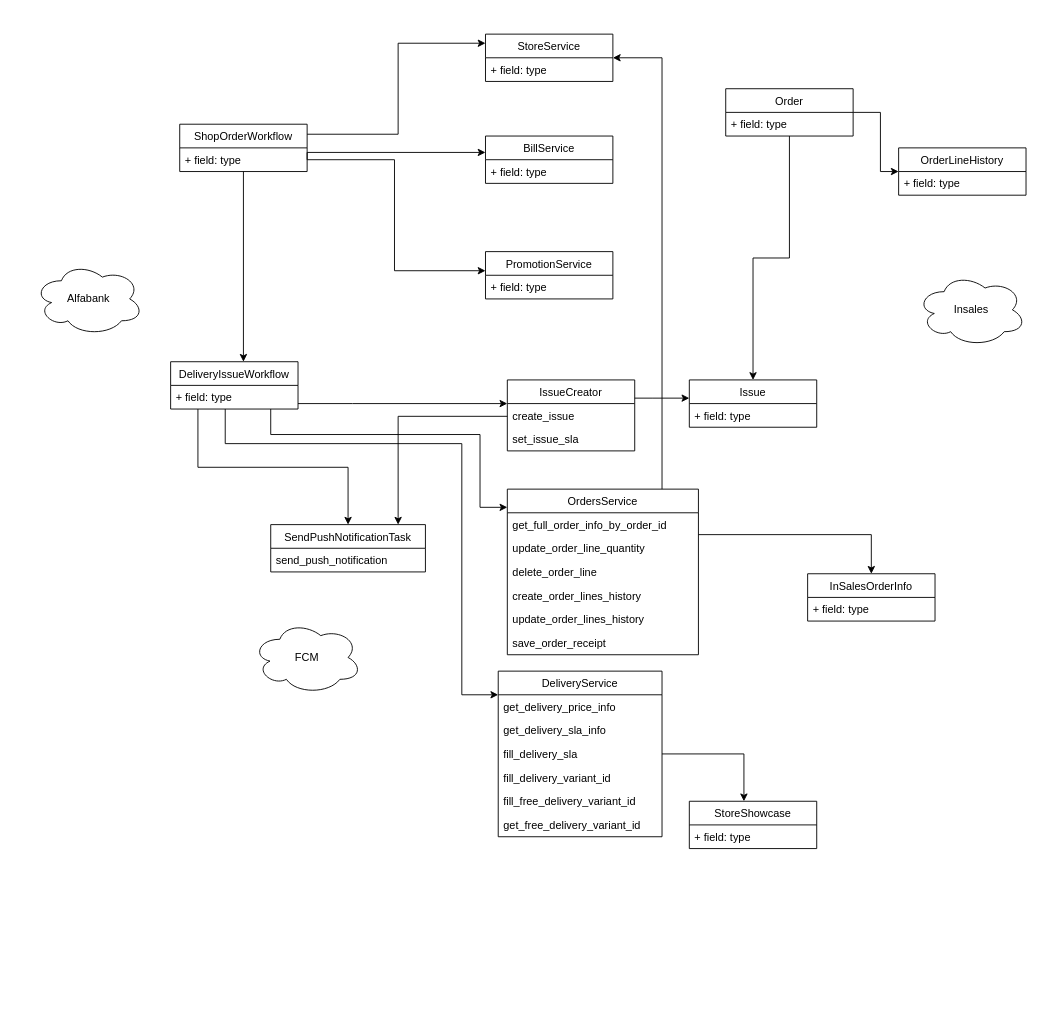
The draw.io diagram sborka_dostavka.drawio in StanislavKraev/drawings, before the edit. Source tidied: cells renumbered, new cells numbered last; positions are measured from the earlier drawing's top-left corner, leaving out a move shared by most shapes. Both pictures are drawn from the tidied source at 91%, with x=0, y=0 at pixel (34, 34).
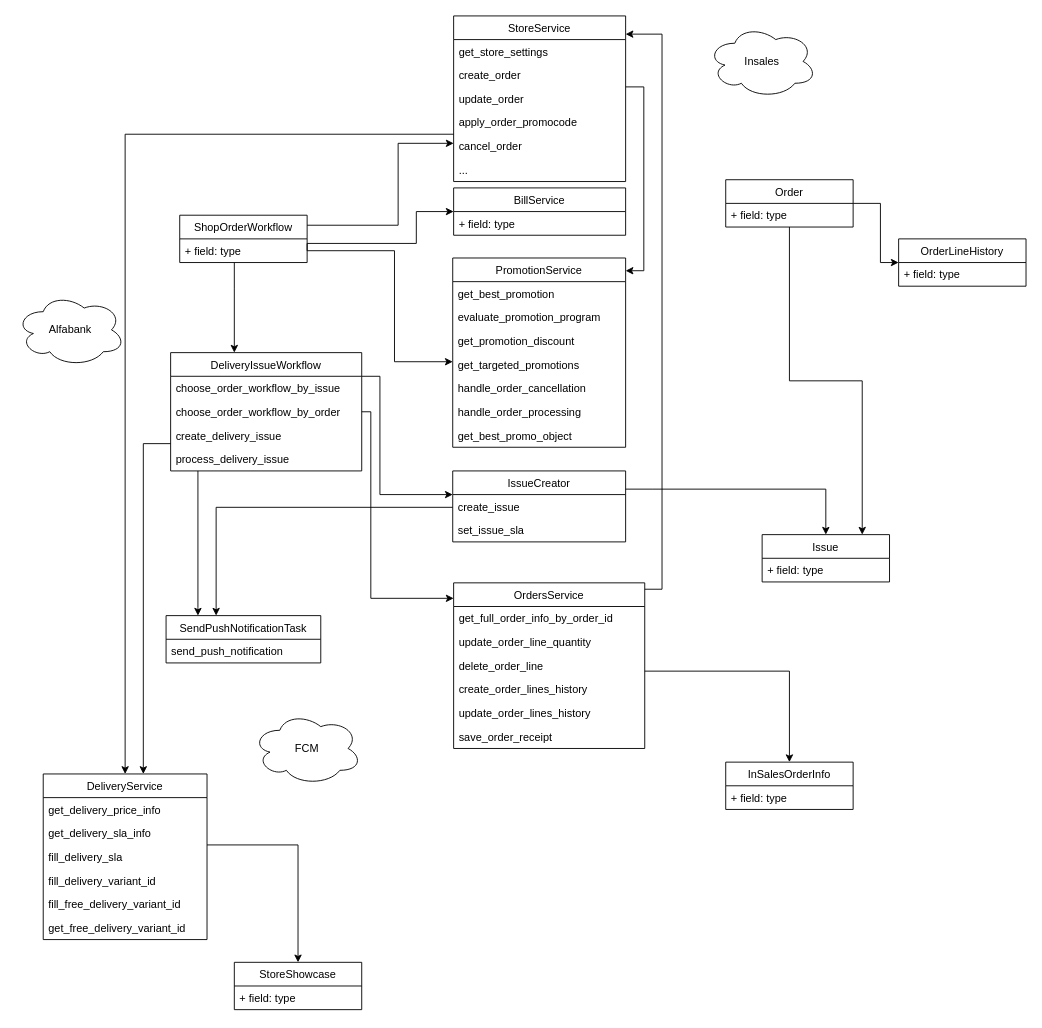
Above is the later version.

The change refers to these unchanged cells:
```xml
<mxCell id="11" value="+ field: type" style="text;strokeColor=none;fillColor=none;align=left;verticalAlign=top;spacingLeft=4;spacingRight=4;overflow=hidden;points=[[0,0.5],[1,0.5]];portConstraint=eastwest;" parent="10" vertex="1">
  <mxGeometry y="26" width="140" height="26" as="geometry" />
</mxCell>
```

What changed in the source:
```diff
@@
     <mxCell id="2" style="edgeStyle=orthogonalEdgeStyle;rounded=0;jettySize=auto;html=1;" parent="1" edge="1" source="4" target="6">
-      <mxGeometry relative="1" as="geometry" />
+      <mxGeometry relative="1" as="geometry">
+        <Array as="points">
+          <mxPoint x="830" y="381" />
+          <mxPoint x="910" y="381" />
+        </Array>
+      </mxGeometry>
     </mxCell>
     <mxCell id="3" style="edgeStyle=orthogonalEdgeStyle;rounded=0;jettySize=auto;html=1;" parent="1" edge="1" source="4" target="53">
       <mxGeometry relative="1" as="geometry">
         <Array as="points">
-          <mxPoint x="930" y="86" />
-          <mxPoint x="930" y="151" />
+          <mxPoint x="930" y="186" />
+          <mxPoint x="930" y="251" />
         </Array>
       </mxGeometry>
     </mxCell>
     <mxCell id="4" value="Order" style="swimlane;fontStyle=0;horizontal=1;startSize=26;fillColor=none;" parent="1" vertex="1">
-      <mxGeometry x="760" y="60" width="140" height="52" as="geometry" />
+      <mxGeometry x="760" y="160" width="140" height="52" as="geometry" />
     </mxCell>
@@
     <mxCell id="6" value="Issue" style="swimlane;fontStyle=0;horizontal=1;startSize=26;fillColor=none;" parent="1" vertex="1">
-      <mxGeometry x="720" y="380" width="140" height="52" as="geometry" />
+      <mxGeometry x="800" y="550" width="140" height="52" as="geometry" />
     </mxCell>
@@
     <mxCell id="8" style="edgeStyle=orthogonalEdgeStyle;rounded=0;jettySize=auto;html=1;" parent="1" edge="1" source="10" target="12">
       <mxGeometry relative="1" as="geometry">
         <Array as="points">
-          <mxPoint x="400" y="110" />
-          <mxPoint x="400" y="10" />
+          <mxPoint x="400" y="210" />
+          <mxPoint x="400" y="120" />
         </Array>
       </mxGeometry>
     </mxCell>
     <mxCell id="9" style="edgeStyle=orthogonalEdgeStyle;rounded=0;jettySize=auto;html=1;" parent="1" edge="1" source="10" target="24">
       <mxGeometry relative="1" as="geometry">
         <Array as="points">
-          <mxPoint x="270" y="390" />
+          <mxPoint x="220" y="280" />
+          <mxPoint x="220" y="280" />
         </Array>
       </mxGeometry>
     </mxCell>
     <mxCell id="10" value="ShopOrderWorkflow" style="swimlane;fontStyle=0;horizontal=1;startSize=26;fillColor=none;" parent="1" vertex="1">
-      <mxGeometry x="160" y="99" width="140" height="52" as="geometry" />
+      <mxGeometry x="160" y="199" width="140" height="52" as="geometry" />
     </mxCell>
@@
+    <mxCell id="59" style="edgeStyle=orthogonalEdgeStyle;rounded=0;jettySize=auto;html=1;" parent="1" edge="1" source="12" target="16">
+      <mxGeometry relative="1" as="geometry">
+        <Array as="points">
+          <mxPoint x="670" y="58" />
+          <mxPoint x="670" y="260" />
+        </Array>
+      </mxGeometry>
+    </mxCell>
+    <mxCell id="60" style="edgeStyle=orthogonalEdgeStyle;rounded=0;jettySize=auto;html=1;" parent="1" edge="1" source="12" target="41">
+      <mxGeometry relative="1" as="geometry">
+        <Array as="points">
+          <mxPoint x="100" y="110" />
+        </Array>
+      </mxGeometry>
+    </mxCell>
     <mxCell id="12" value="StoreService" style="swimlane;fontStyle=0;horizontal=1;startSize=26;fillColor=none;" parent="1" vertex="1">
-      <mxGeometry x="496" width="140" height="52" as="geometry" />
+      <mxGeometry x="461" y="-20" width="189" height="182" as="geometry" />
     </mxCell>
-    <mxCell id="13" value="+ field: type" style="text;strokeColor=none;fillColor=none;align=left;verticalAlign=top;spacingLeft=4;spacingRight=4;overflow=hidden;" parent="12" vertex="1">
-      <mxGeometry y="26" width="140" height="26" as="geometry" />
+    <mxCell id="13" value="get_store_settings" style="text;strokeColor=none;fillColor=none;align=left;verticalAlign=top;spacingLeft=4;spacingRight=4;overflow=hidden;" parent="12" vertex="1">
+      <mxGeometry y="26" width="189" height="26" as="geometry" />
     </mxCell>
+    <mxCell id="61" value="create_order" style="text;strokeColor=none;fillColor=none;align=left;verticalAlign=top;spacingLeft=4;spacingRight=4;overflow=hidden;" parent="12" vertex="1">
+      <mxGeometry y="52" width="189" height="26" as="geometry" />
+    </mxCell>
+    <mxCell id="62" value="update_order" style="text;strokeColor=none;fillColor=none;align=left;verticalAlign=top;spacingLeft=4;spacingRight=4;overflow=hidden;" parent="12" vertex="1">
+      <mxGeometry y="78" width="189" height="26" as="geometry" />
+    </mxCell>
+    <mxCell id="63" value="apply_order_promocode" style="text;strokeColor=none;fillColor=none;align=left;verticalAlign=top;spacingLeft=4;spacingRight=4;overflow=hidden;" parent="12" vertex="1">
+      <mxGeometry y="104" width="189" height="26" as="geometry" />
+    </mxCell>
+    <mxCell id="64" value="cancel_order" style="text;strokeColor=none;fillColor=none;align=left;verticalAlign=top;spacingLeft=4;spacingRight=4;overflow=hidden;" parent="12" vertex="1">
+      <mxGeometry y="130" width="189" height="26" as="geometry" />
+    </mxCell>
+    <mxCell id="65" value="..." style="text;strokeColor=none;fillColor=none;align=left;verticalAlign=top;spacingLeft=4;spacingRight=4;overflow=hidden;" parent="12" vertex="1">
+      <mxGeometry y="156" width="189" height="26" as="geometry" />
+    </mxCell>
     <mxCell id="14" value="BillService" style="swimlane;fontStyle=0;horizontal=1;startSize=26;fillColor=none;" parent="1" vertex="1">
-      <mxGeometry x="496" y="112" width="140" height="52" as="geometry" />
+      <mxGeometry x="461" y="169" width="189" height="52" as="geometry" />
     </mxCell>
     <mxCell id="15" value="+ field: type" style="text;strokeColor=none;fillColor=none;align=left;verticalAlign=top;spacingLeft=4;spacingRight=4;overflow=hidden;" parent="14" vertex="1">
-      <mxGeometry y="26" width="140" height="26" as="geometry" />
+      <mxGeometry y="26" width="189" height="26" as="geometry" />
     </mxCell>
     <mxCell id="16" value="PromotionService" style="swimlane;fontStyle=0;horizontal=1;startSize=26;fillColor=none;" parent="1" vertex="1">
-      <mxGeometry x="496" y="239" width="140" height="52" as="geometry" />
+      <mxGeometry x="460" y="246" width="190" height="208" as="geometry" />
     </mxCell>
-    <mxCell id="17" value="+ field: type" style="text;strokeColor=none;fillColor=none;align=left;verticalAlign=top;spacingLeft=4;spacingRight=4;overflow=hidden;" parent="16" vertex="1">
-      <mxGeometry y="26" width="140" height="26" as="geometry" />
+    <mxCell id="17" value="get_best_promotion" style="text;strokeColor=none;fillColor=none;align=left;verticalAlign=top;spacingLeft=4;spacingRight=4;overflow=hidden;" parent="16" vertex="1">
+      <mxGeometry y="26" width="190" height="26" as="geometry" />
     </mxCell>
+    <mxCell id="66" value="evaluate_promotion_program" style="text;strokeColor=none;fillColor=none;align=left;verticalAlign=top;spacingLeft=4;spacingRight=4;overflow=hidden;" parent="16" vertex="1">
+      <mxGeometry y="52" width="190" height="26" as="geometry" />
+    </mxCell>
+    <mxCell id="67" value="get_promotion_discount" style="text;strokeColor=none;fillColor=none;align=left;verticalAlign=top;spacingLeft=4;spacingRight=4;overflow=hidden;" parent="16" vertex="1">
+      <mxGeometry y="78" width="190" height="26" as="geometry" />
+    </mxCell>
+    <mxCell id="68" value="get_targeted_promotions" style="text;strokeColor=none;fillColor=none;align=left;verticalAlign=top;spacingLeft=4;spacingRight=4;overflow=hidden;" parent="16" vertex="1">
+      <mxGeometry y="104" width="190" height="26" as="geometry" />
+    </mxCell>
+    <mxCell id="69" value="handle_order_cancellation" style="text;strokeColor=none;fillColor=none;align=left;verticalAlign=top;spacingLeft=4;spacingRight=4;overflow=hidden;" parent="16" vertex="1">
+      <mxGeometry y="130" width="190" height="26" as="geometry" />
+    </mxCell>
+    <mxCell id="70" value="handle_order_processing" style="text;strokeColor=none;fillColor=none;align=left;verticalAlign=top;spacingLeft=4;spacingRight=4;overflow=hidden;" parent="16" vertex="1">
+      <mxGeometry y="156" width="190" height="26" as="geometry" />
+    </mxCell>
+    <mxCell id="71" value="get_best_promo_object" style="text;strokeColor=none;fillColor=none;align=left;verticalAlign=top;spacingLeft=4;spacingRight=4;overflow=hidden;" parent="16" vertex="1">
+      <mxGeometry y="182" width="190" height="26" as="geometry" />
+    </mxCell>
     <mxCell id="18" style="edgeStyle=orthogonalEdgeStyle;rounded=0;jettySize=auto;html=1;" parent="1" edge="1" target="14">
       <mxGeometry relative="1" as="geometry">
-        <mxPoint x="300" y="138" as="sourcePoint" />
+        <mxPoint x="300" y="238" as="sourcePoint" />
         <Array as="points">
-          <mxPoint x="300" y="130" />
+          <mxPoint x="300" y="230" />
+          <mxPoint x="420" y="230" />
+          <mxPoint x="420" y="195" />
         </Array>
       </mxGeometry>
     </mxCell>
     <mxCell id="19" style="edgeStyle=orthogonalEdgeStyle;rounded=0;jettySize=auto;html=1;" parent="1" edge="1" source="11" target="16">
       <mxGeometry relative="1" as="geometry">
         <Array as="points">
-          <mxPoint x="396" y="138" />
-          <mxPoint x="396" y="260" />
+          <mxPoint x="396" y="238" />
+          <mxPoint x="396" y="360" />
         </Array>
       </mxGeometry>
     </mxCell>
     <mxCell id="20" style="edgeStyle=orthogonalEdgeStyle;rounded=0;jettySize=auto;html=1;" parent="1" edge="1" source="24" target="28">
       <mxGeometry relative="1" as="geometry">
         <Array as="points">
-          <mxPoint x="350" y="406" />
-          <mxPoint x="350" y="406" />
+          <mxPoint x="380" y="376" />
+          <mxPoint x="380" y="506" />
         </Array>
       </mxGeometry>
     </mxCell>
     <mxCell id="21" style="edgeStyle=orthogonalEdgeStyle;rounded=0;jettySize=auto;html=1;" parent="1" edge="1" source="24" target="33">
       <mxGeometry relative="1" as="geometry">
         <Array as="points">
-          <mxPoint x="260" y="440" />
-          <mxPoint x="490" y="440" />
-          <mxPoint x="490" y="520" />
+          <mxPoint x="370" y="415" />
+          <mxPoint x="370" y="620" />
+          <mxPoint x="585" y="620" />
         </Array>
       </mxGeometry>
     </mxCell>
     <mxCell id="22" style="edgeStyle=orthogonalEdgeStyle;rounded=0;jettySize=auto;html=1;" parent="1" edge="1" source="24" target="41">
       <mxGeometry relative="1" as="geometry">
         <Array as="points">
-          <mxPoint x="210" y="450" />
-          <mxPoint x="470" y="450" />
-          <mxPoint x="470" y="726" />
+          <mxPoint x="120" y="450" />
         </Array>
       </mxGeometry>
     </mxCell>
     <mxCell id="23" style="edgeStyle=orthogonalEdgeStyle;rounded=0;jettySize=auto;html=1;" parent="1" edge="1" source="24" target="48">
       <mxGeometry relative="1" as="geometry">
         <Array as="points">
-          <mxPoint x="180" y="476" />
-          <mxPoint x="345" y="476" />
+          <mxPoint x="180" y="630" />
+          <mxPoint x="180" y="630" />
         </Array>
       </mxGeometry>
     </mxCell>
     <mxCell id="24" value="DeliveryIssueWorkflow" style="swimlane;fontStyle=0;horizontal=1;startSize=26;fillColor=none;" parent="1" vertex="1">
-      <mxGeometry x="150" y="360" width="140" height="52" as="geometry" />
+      <mxGeometry x="150" y="350" width="210" height="130" as="geometry" />
     </mxCell>
-    <mxCell id="25" value="+ field: type" style="text;strokeColor=none;fillColor=none;align=left;verticalAlign=top;spacingLeft=4;spacingRight=4;overflow=hidden;" parent="24" vertex="1">
-      <mxGeometry y="26" width="140" height="26" as="geometry" />
+    <mxCell id="25" value="choose_order_workflow_by_issue" style="text;strokeColor=none;fillColor=none;align=left;verticalAlign=top;spacingLeft=4;spacingRight=4;overflow=hidden;" parent="24" vertex="1">
+      <mxGeometry y="26" width="210" height="26" as="geometry" />
     </mxCell>
+    <mxCell id="72" value="choose_order_workflow_by_order" style="text;strokeColor=none;fillColor=none;align=left;verticalAlign=top;spacingLeft=4;spacingRight=4;overflow=hidden;" parent="24" vertex="1">
+      <mxGeometry y="52" width="210" height="26" as="geometry" />
+    </mxCell>
+    <mxCell id="73" value="create_delivery_issue" style="text;strokeColor=none;fillColor=none;align=left;verticalAlign=top;spacingLeft=4;spacingRight=4;overflow=hidden;" parent="24" vertex="1">
+      <mxGeometry y="78" width="210" height="26" as="geometry" />
+    </mxCell>
+    <mxCell id="74" value="process_delivery_issue" style="text;strokeColor=none;fillColor=none;align=left;verticalAlign=top;spacingLeft=4;spacingRight=4;overflow=hidden;" parent="24" vertex="1">
+      <mxGeometry y="104" width="210" height="26" as="geometry" />
+    </mxCell>
     <mxCell id="26" style="edgeStyle=orthogonalEdgeStyle;rounded=0;jettySize=auto;html=1;" parent="1" edge="1" source="28" target="6">
       <mxGeometry relative="1" as="geometry">
         <Array as="points">
-          <mxPoint x="680" y="400" />
-          <mxPoint x="680" y="400" />
+          <mxPoint x="680" y="500" />
+          <mxPoint x="680" y="500" />
         </Array>
       </mxGeometry>
     </mxCell>
     <mxCell id="27" style="edgeStyle=orthogonalEdgeStyle;rounded=0;jettySize=auto;html=1;" parent="1" edge="1" source="28" target="48">
       <mxGeometry relative="1" as="geometry">
         <Array as="points">
-          <mxPoint x="400" y="420" />
+          <mxPoint x="200" y="520" />
         </Array>
       </mxGeometry>
     </mxCell>
     <mxCell id="28" value="IssueCreator" style="swimlane;fontStyle=0;horizontal=1;startSize=26;fillColor=none;" parent="1" vertex="1">
-      <mxGeometry x="520" y="380" width="140" height="78" as="geometry" />
+      <mxGeometry x="460" y="480" width="190" height="78" as="geometry" />
     </mxCell>
     <mxCell id="29" value="create_issue" style="text;strokeColor=none;fillColor=none;align=left;verticalAlign=top;spacingLeft=4;spacingRight=4;overflow=hidden;" parent="28" vertex="1">
-      <mxGeometry y="26" width="140" height="26" as="geometry" />
+      <mxGeometry y="26" width="190" height="26" as="geometry" />
     </mxCell>
     <mxCell id="30" value="set_issue_sla" style="text;strokeColor=none;fillColor=none;align=left;verticalAlign=top;spacingLeft=4;spacingRight=4;overflow=hidden;" parent="28" vertex="1">
-      <mxGeometry y="52" width="140" height="26" as="geometry" />
+      <mxGeometry y="52" width="190" height="26" as="geometry" />
     </mxCell>
     <mxCell id="31" style="edgeStyle=orthogonalEdgeStyle;rounded=0;jettySize=auto;html=1;" parent="1" edge="1" source="33" target="55">
       <mxGeometry relative="1" as="geometry">
         <Array as="points">
-          <mxPoint x="920" y="550" />
+          <mxPoint x="830" y="700" />
         </Array>
       </mxGeometry>
     </mxCell>
     <mxCell id="32" style="edgeStyle=orthogonalEdgeStyle;rounded=0;jettySize=auto;html=1;" parent="1" edge="1" source="33" target="12">
       <mxGeometry relative="1" as="geometry">
         <Array as="points">
-          <mxPoint x="690" y="510" />
-          <mxPoint x="690" y="26" />
+          <mxPoint x="690" y="610" />
+          <mxPoint x="690" />
         </Array>
       </mxGeometry>
     </mxCell>
     <mxCell id="33" value="OrdersService" style="swimlane;fontStyle=0;horizontal=1;startSize=26;fillColor=none;" parent="1" vertex="1">
-      <mxGeometry x="520" y="500" width="210" height="182" as="geometry" />
+      <mxGeometry x="461" y="603" width="210" height="182" as="geometry" />
     </mxCell>
@@
     <mxCell id="40" style="edgeStyle=orthogonalEdgeStyle;rounded=0;jettySize=auto;html=1;" parent="1" edge="1" source="41" target="57">
       <mxGeometry relative="1" as="geometry">
         <Array as="points">
-          <mxPoint x="780" y="791" />
+          <mxPoint x="290" y="891" />
         </Array>
       </mxGeometry>
     </mxCell>
     <mxCell id="41" value="DeliveryService" style="swimlane;fontStyle=0;horizontal=1;startSize=26;fillColor=none;" parent="1" vertex="1">
-      <mxGeometry x="510" y="700" width="180" height="182" as="geometry" />
+      <mxGeometry x="10" y="813" width="180" height="182" as="geometry" />
     </mxCell>
@@
     <mxCell id="48" value="SendPushNotificationTask" style="swimlane;fontStyle=0;horizontal=1;startSize=26;fillColor=none;" parent="1" vertex="1">
-      <mxGeometry x="260" y="539" width="170" height="52" as="geometry" />
+      <mxGeometry x="145" y="639" width="170" height="52" as="geometry" />
     </mxCell>
@@
     <mxCell id="50" value="Insales" style="ellipse;shape=cloud;whiteSpace=wrap;html=1;" parent="1" vertex="1">
-      <mxGeometry x="970" y="263" width="120" height="80" as="geometry" />
+      <mxGeometry x="740" y="-10" width="120" height="80" as="geometry" />
     </mxCell>
     <mxCell id="51" value="Alfabank" style="ellipse;shape=cloud;whiteSpace=wrap;html=1;" parent="1" vertex="1">
-      <mxGeometry y="251" width="120" height="80" as="geometry" />
+      <mxGeometry x="-20" y="285" width="120" height="80" as="geometry" />
     </mxCell>
     <mxCell id="52" value="FCM" style="ellipse;shape=cloud;whiteSpace=wrap;html=1;" parent="1" vertex="1">
-      <mxGeometry x="240" y="645" width="120" height="80" as="geometry" />
+      <mxGeometry x="240" y="745" width="120" height="80" as="geometry" />
     </mxCell>
     <mxCell id="53" value="OrderLineHistory" style="swimlane;fontStyle=0;horizontal=1;startSize=26;fillColor=none;" parent="1" vertex="1">
-      <mxGeometry x="950" y="125" width="140" height="52" as="geometry" />
+      <mxGeometry x="950" y="225" width="140" height="52" as="geometry" />
     </mxCell>
@@
     <mxCell id="55" value="InSalesOrderInfo" style="swimlane;fontStyle=0;horizontal=1;startSize=26;fillColor=none;" parent="1" vertex="1">
-      <mxGeometry x="850" y="593" width="140" height="52" as="geometry" />
+      <mxGeometry x="760" y="800" width="140" height="52" as="geometry" />
     </mxCell>
@@
     <mxCell id="57" value="StoreShowcase" style="swimlane;fontStyle=0;horizontal=1;startSize=26;fillColor=none;" parent="1" vertex="1">
-      <mxGeometry x="720" y="843" width="140" height="52" as="geometry" />
+      <mxGeometry x="220" y="1020" width="140" height="52" as="geometry" />
     </mxCell>
```
